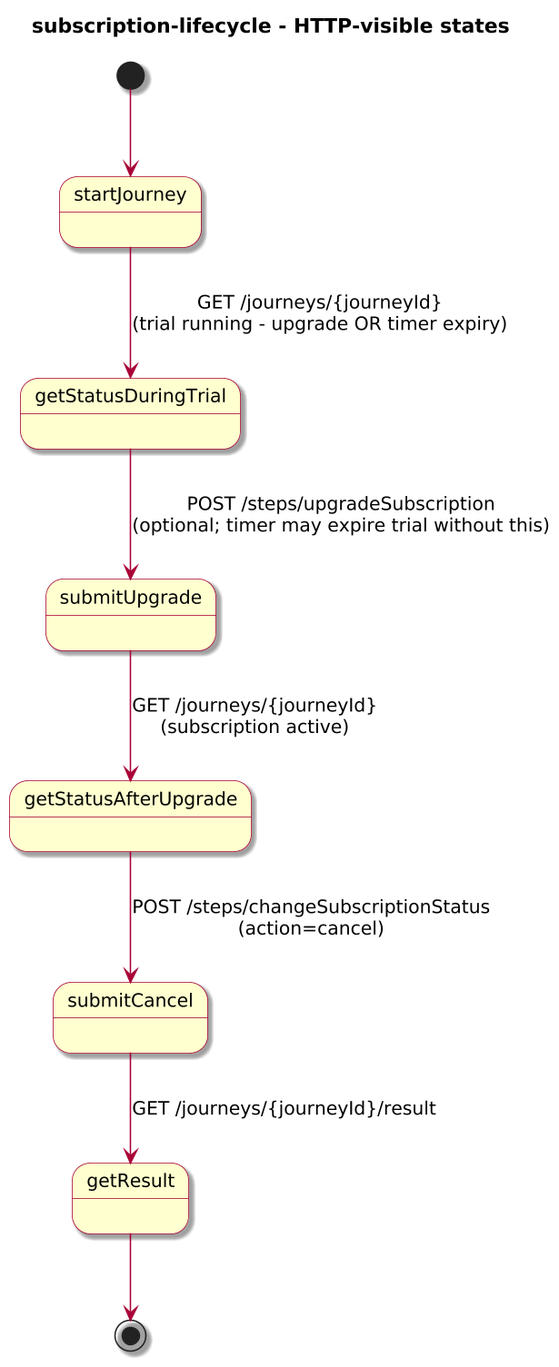
This is docs/3-reference/examples/business/subscription-lifecycle/diagrams/subscription-lifecycle-state.png from ivanstambuk/journeyforge, a PlantUML export, as it was before one commit.
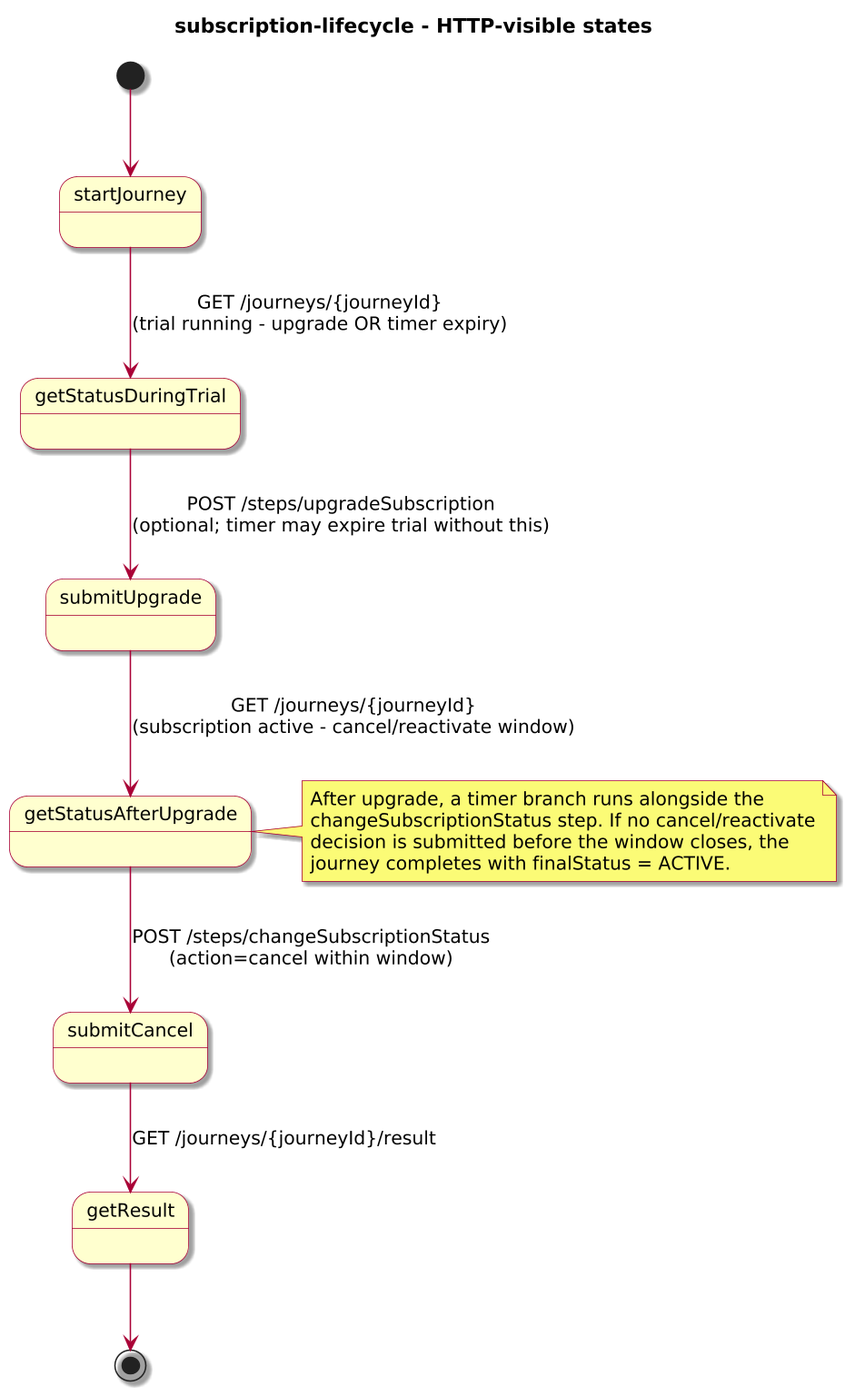
The same diagram one commit later.

What changed in the source:
```diff
@@ -13,10 +13,17 @@
 
 startJourney --> getStatusDuringTrial : GET /journeys/{journeyId}\n(trial running - upgrade OR timer expiry)
 getStatusDuringTrial --> submitUpgrade : POST /steps/upgradeSubscription\n(optional; timer may expire trial without this)
-submitUpgrade --> getStatusAfterUpgrade : GET /journeys/{journeyId}\n(subscription active)
-getStatusAfterUpgrade --> submitCancel : POST /steps/changeSubscriptionStatus\n(action=cancel)
+submitUpgrade --> getStatusAfterUpgrade : GET /journeys/{journeyId}\n(subscription active - cancel/reactivate window)
+getStatusAfterUpgrade --> submitCancel : POST /steps/changeSubscriptionStatus\n(action=cancel within window)
 submitCancel --> getResult : GET /journeys/{journeyId}/result
 
 getResult --> [*]
 
+note right of getStatusAfterUpgrade
+  After upgrade, a timer branch runs alongside the
+  changeSubscriptionStatus step. If no cancel/reactivate
+  decision is submitted before the window closes, the
+  journey completes with finalStatus = ACTIVE.
+end note
+
 @enduml
```
